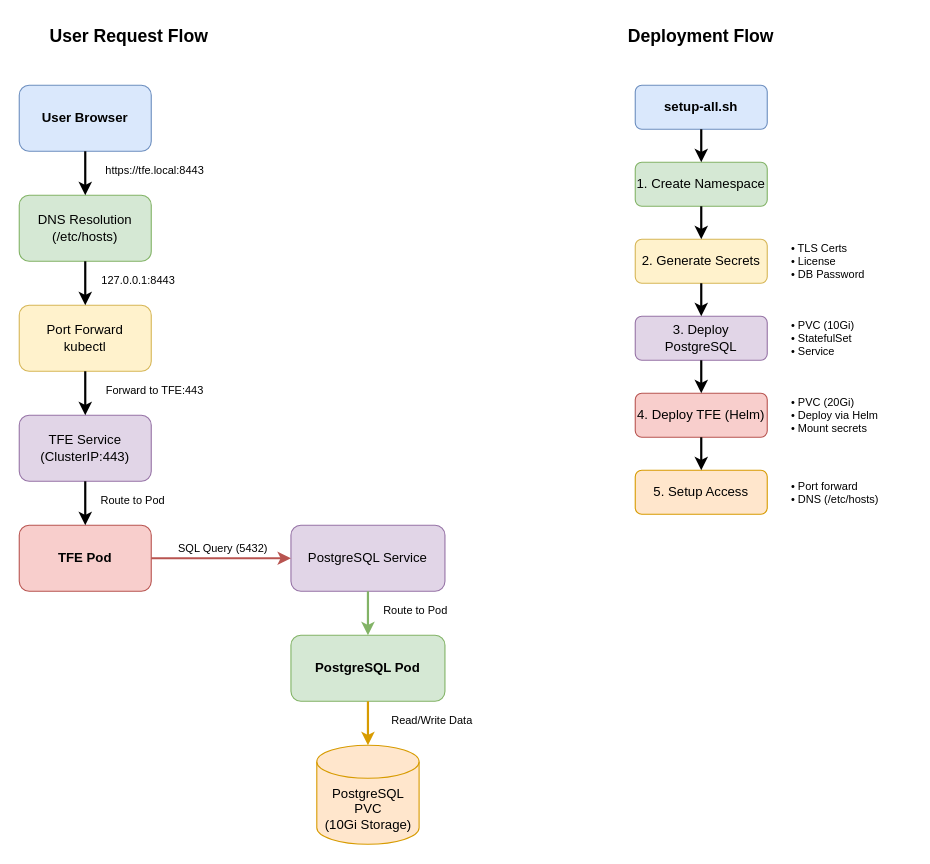
This is page "Data Flow" (2 of 3) of docs/tfe-architecture.drawio from linuxus/tfe-kind, a draw.io file, before an edit. Source tidied: cells renumbered, new cells numbered last; positions are measured from the earlier drawing's top-left corner, leaving out a move shared by most shapes. Both pictures are drawn from the tidied source at 110%, with x=0, y=0 at pixel (19, 19).
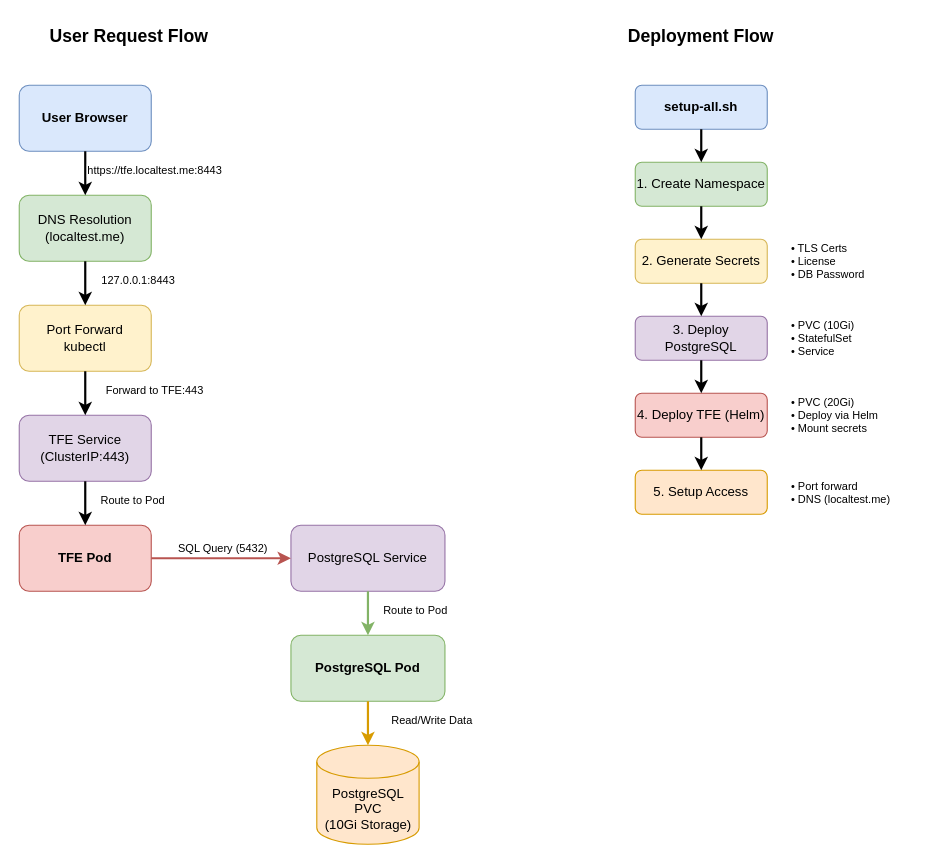
After the change.

Commit message (it also covers changes not shown here):
Replace tfe.local with tfe.localtest.me to remove /etc/hosts dependency

The change refers to these unchanged cells:
```xml
<mxCell id="11" style="endArrow=classic;html=1;rounded=0;exitX=0.5;exitY=1;exitDx=0;exitDy=0;entryX=0.5;entryY=0;entryDx=0;entryDy=0;strokeWidth=2;" parent="1" edge="1" source="3" target="4">
  <mxGeometry relative="1" as="geometry" />
</mxCell>
```

Change to the diagram source:
```diff
@@
-    <mxCell id="4" value="DNS Resolution&#10;(/etc/hosts)" style="rounded=1;whiteSpace=wrap;html=1;fillColor=#d5e8d4;strokeColor=#82b366;" parent="1" vertex="1">
+    <mxCell id="4" value="DNS Resolution&#10;(localtest.me)" style="rounded=1;whiteSpace=wrap;html=1;fillColor=#d5e8d4;strokeColor=#82b366;" parent="1" vertex="1">
       <mxGeometry y="160" width="120" height="60" as="geometry" />
     </mxCell>
@@
-    <mxCell id="12" value="https://tfe.local:8443" style="edgeLabel;html=1;align=center;verticalAlign=middle;fontSize=10;" parent="11" vertex="1">
+    <mxCell id="12" value="https://tfe.localtest.me:8443" style="edgeLabel;html=1;align=center;verticalAlign=middle;fontSize=10;" parent="11" vertex="1">
       <mxGeometry x="-0.2" y="1" relative="1" as="geometry">
         <mxPoint x="61" as="offset" />
       </mxGeometry>
     </mxCell>
@@
-    <mxCell id="40" value="• Port forward&#10;• DNS (/etc/hosts)" style="text;html=1;strokeColor=none;fillColor=none;align=left;verticalAlign=middle;whiteSpace=wrap;rounded=0;fontSize=10;" parent="1" vertex="1">
+    <mxCell id="40" value="• Port forward&#10;• DNS (localtest.me)" style="text;html=1;strokeColor=none;fillColor=none;align=left;verticalAlign=middle;whiteSpace=wrap;rounded=0;fontSize=10;" parent="1" vertex="1">
       <mxGeometry x="700" y="410" width="110" height="40" as="geometry" />
     </mxCell>
```
